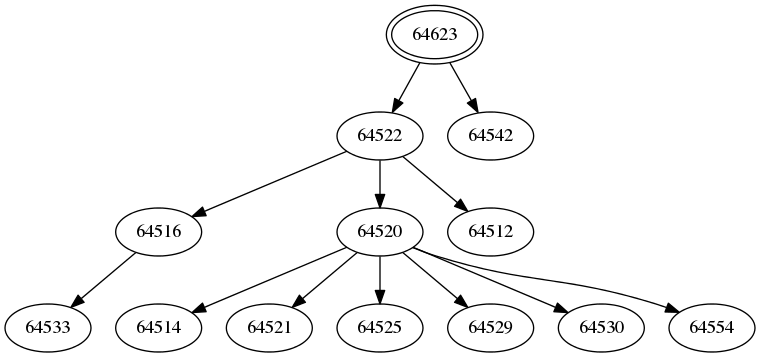
This is aspath/as64623.png from Flast/flast.github.io, a Graphviz export, as it was before one commit. Its source is kept beside it as aspath/as64623.gv.
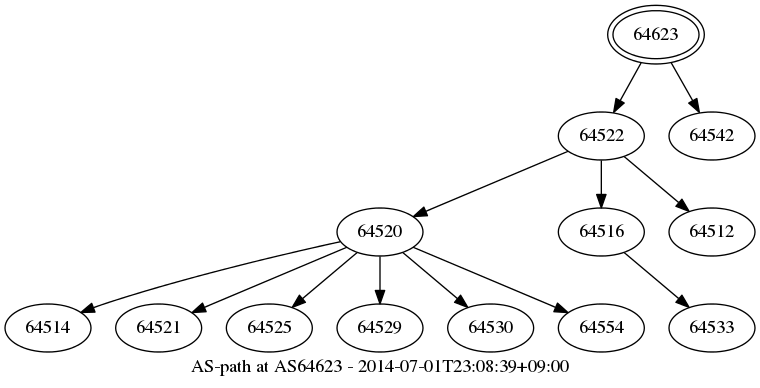
The same file after the commit.

Diff of the diagram source:
```diff
@@ -1,16 +1,75 @@
-digraph paths {
-  64623 [peripheries=2] ;
-
-  64516 -> 64533 ;
-  64520 -> 64514 ;
-  64520 -> 64521 ;
-  64520 -> 64525 ;
-  64520 -> 64529 ;
-  64520 -> 64530 ;
-  64520 -> 64554 ;
-  64522 -> 64512 ;
-  64522 -> 64516 ;
-  64522 -> 64520 ;
-  64623 -> 64522 ;
-  64623 -> 64542 ;
+digraph aspath {
+	graph [bb="0,0,562,283",
+		center="",
+		label="AS-path at AS64623 - 2014-07-01T23:08:39+09:00",
+		lheight=0.21,
+		lp="281,11.5",
+		lwidth=3.94
+	];
+	node [label="\N"];
+	64623	 [height=0.61111,
+		label=64623,
+		peripheries=2,
+		pos="488,261",
+		width=1.0069];
+	64522	 [height=0.5,
+		label=64522,
+		pos="447,185",
+		width=0.89579];
+	64623 -> 64522	 [pos="e,456.25,202.7 476.8,239.78 471.96,231.05 466.25,220.74 461.12,211.49"];
+	64542	 [height=0.5,
+		label=64542,
+		pos="530,185",
+		width=0.89579];
+	64623 -> 64542	 [pos="e,520.52,202.7 499.48,239.78 504.43,231.05 510.28,220.74 515.53,211.49"];
+	64520	 [height=0.5,
+		label=64520,
+		pos="281,113",
+		width=0.89579];
+	64522 -> 64520	 [pos="e,306.02,124.55 422.15,173.52 393.79,161.56 347.22,141.93 315.39,128.5"];
+	64516	 [height=0.5,
+		label=64516,
+		pos="447,113",
+		width=0.89579];
+	64522 -> 64516	 [pos="e,447,131.1 447,166.7 447,158.98 447,149.71 447,141.11"];
+	64512	 [height=0.5,
+		label=64512,
+		pos="530,113",
+		width=0.89579];
+	64522 -> 64512	 [pos="e,512.82,128.49 464.2,169.5 475.99,159.55 491.84,146.19 505.02,135.07"];
+	64514	 [height=0.5,
+		label=64514,
+		pos="32,41",
+		width=0.89579];
+	64520 -> 64514	 [pos="e,56.67,52.625 251.16,105.68 210.61,96.795 136.02,79.391 74,59 71.427,58.154 68.785,57.228 66.141,56.259"];
+	64521	 [height=0.5,
+		label=64521,
+		pos="115,41",
+		width=0.89579];
+	64520 -> 64521	 [pos="e,140.02,52.551 256.15,101.52 227.79,89.561 181.22,69.926 149.39,56.502"];
+	64525	 [height=0.5,
+		label=64525,
+		pos="198,41",
+		width=0.89579];
+	64520 -> 64525	 [pos="e,215.18,56.485 263.8,97.496 252.01,87.547 236.16,74.187 222.98,63.068"];
+	64529	 [height=0.5,
+		label=64529,
+		pos="281,41",
+		width=0.89579];
+	64520 -> 64529	 [pos="e,281,59.104 281,94.697 281,86.983 281,77.712 281,69.112"];
+	64530	 [height=0.5,
+		label=64530,
+		pos="364,41",
+		width=0.89579];
+	64520 -> 64530	 [pos="e,346.82,56.485 298.2,97.496 309.99,87.547 325.84,74.187 339.02,63.068"];
+	64554	 [height=0.5,
+		label=64554,
+		pos="447,41",
+		width=0.89579];
+	64520 -> 64554	 [pos="e,421.98,52.551 305.85,101.52 334.21,89.561 380.78,69.926 412.61,56.502"];
+	64533	 [height=0.5,
+		label=64533,
+		pos="530,41",
+		width=0.89579];
+	64516 -> 64533	 [pos="e,512.82,56.485 464.2,97.496 475.99,87.547 491.84,74.187 505.02,63.068"];
 }
```
